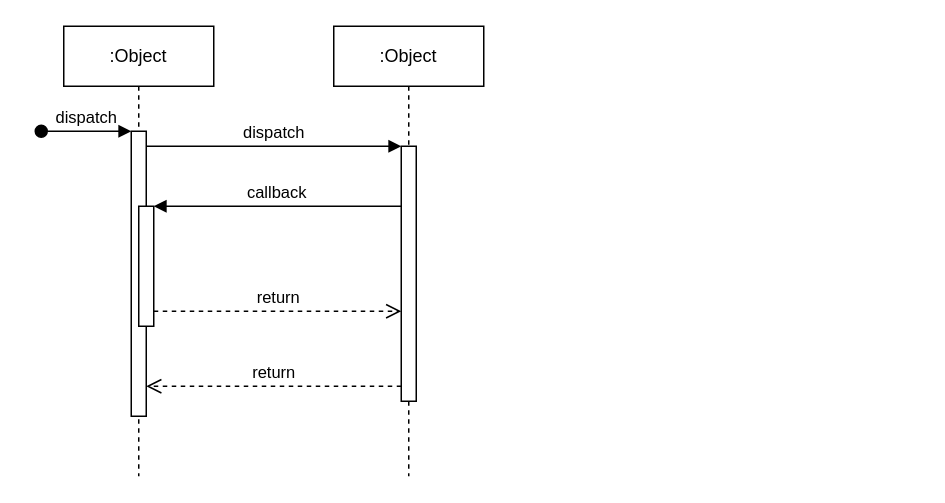
AntTranAnt/CS3354 keeps this draw.io diagram as Study App Sequence Diagram.drawio. Above is the earlier version. Source tidied: cells renumbered, new cells numbered last; positions are measured from the earlier drawing's top-left corner, leaving out a move shared by most shapes. Both pictures are drawn from the tidied source at 150%, with x=0, y=0 at pixel (40, 26).
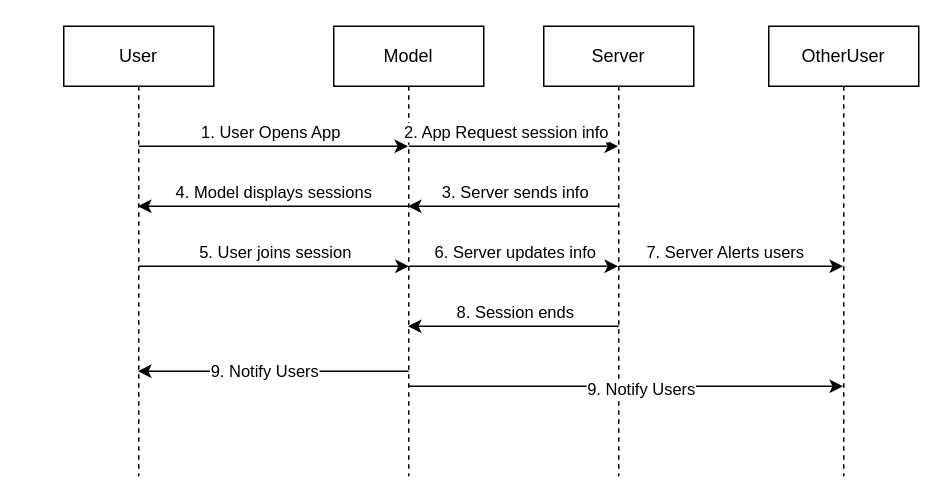
The same diagram, later.

The edit, as a diff of the source:
```diff
@@
-    <mxCell id="2" value=":Object" style="shape=umlLifeline;perimeter=lifelinePerimeter;whiteSpace=wrap;html=1;outlineConnect=0;portConstraint=eastwest;newEdgeStyle={&quot;edgeStyle&quot;:&quot;elbowEdgeStyle&quot;,&quot;elbow&quot;:&quot;vertical&quot;,&quot;curved&quot;:0,&quot;rounded&quot;:0};" parent="1" vertex="1">
+    <mxCell id="2" value="User" style="shape=umlLifeline;perimeter=lifelinePerimeter;whiteSpace=wrap;html=1;outlineConnect=0;portConstraint=eastwest;newEdgeStyle={&quot;edgeStyle&quot;:&quot;elbowEdgeStyle&quot;,&quot;elbow&quot;:&quot;vertical&quot;,&quot;curved&quot;:0,&quot;rounded&quot;:0};" parent="1" vertex="1">
       <mxGeometry x="15" width="100" height="300" as="geometry" />
     </mxCell>
-    <mxCell id="3" style="html=1;points=[];perimeter=orthogonalPerimeter;outlineConnect=0;targetShapes=umlLifeline;portConstraint=eastwest;newEdgeStyle={&quot;edgeStyle&quot;:&quot;elbowEdgeStyle&quot;,&quot;elbow&quot;:&quot;vertical&quot;,&quot;curved&quot;:0,&quot;rounded&quot;:0};" parent="2" vertex="1">
-      <mxGeometry x="45" y="70" width="10" height="190" as="geometry" />
-    </mxCell>
-    <mxCell id="4" value="dispatch" style="html=1;verticalAlign=bottom;startArrow=oval;endArrow=block;startSize=8;edgeStyle=elbowEdgeStyle;elbow=vertical;curved=0;rounded=0;" parent="2" edge="1" target="3">
-      <mxGeometry relative="1" as="geometry">
-        <mxPoint x="-15" y="70" as="sourcePoint" />
-      </mxGeometry>
-    </mxCell>
-    <mxCell id="5" style="html=1;points=[];perimeter=orthogonalPerimeter;outlineConnect=0;targetShapes=umlLifeline;portConstraint=eastwest;newEdgeStyle={&quot;edgeStyle&quot;:&quot;elbowEdgeStyle&quot;,&quot;elbow&quot;:&quot;vertical&quot;,&quot;curved&quot;:0,&quot;rounded&quot;:0};" parent="2" vertex="1">
-      <mxGeometry x="50" y="120" width="10" height="80" as="geometry" />
-    </mxCell>
-    <mxCell id="6" value=":Object" style="shape=umlLifeline;perimeter=lifelinePerimeter;whiteSpace=wrap;html=1;outlineConnect=0;portConstraint=eastwest;newEdgeStyle={&quot;edgeStyle&quot;:&quot;elbowEdgeStyle&quot;,&quot;elbow&quot;:&quot;vertical&quot;,&quot;curved&quot;:0,&quot;rounded&quot;:0};" parent="1" vertex="1">
+    <mxCell id="6" value="Model" style="shape=umlLifeline;perimeter=lifelinePerimeter;whiteSpace=wrap;html=1;outlineConnect=0;portConstraint=eastwest;newEdgeStyle={&quot;edgeStyle&quot;:&quot;elbowEdgeStyle&quot;,&quot;elbow&quot;:&quot;vertical&quot;,&quot;curved&quot;:0,&quot;rounded&quot;:0};" parent="1" vertex="1">
       <mxGeometry x="195" width="100" height="300" as="geometry" />
     </mxCell>
-    <mxCell id="7" style="html=1;points=[];perimeter=orthogonalPerimeter;outlineConnect=0;targetShapes=umlLifeline;portConstraint=eastwest;newEdgeStyle={&quot;edgeStyle&quot;:&quot;elbowEdgeStyle&quot;,&quot;elbow&quot;:&quot;vertical&quot;,&quot;curved&quot;:0,&quot;rounded&quot;:0};" parent="6" vertex="1">
-      <mxGeometry x="45" y="80" width="10" height="170" as="geometry" />
-    </mxCell>
-    <mxCell id="8" value="dispatch" style="html=1;verticalAlign=bottom;endArrow=block;edgeStyle=elbowEdgeStyle;elbow=vertical;curved=0;rounded=0;" parent="1" edge="1" source="3" target="7">
-      <mxGeometry relative="1" as="geometry">
-        <Array as="points">
-          <mxPoint x="155" y="80" />
-        </Array>
-      </mxGeometry>
-    </mxCell>
-    <mxCell id="9" value="return" style="html=1;verticalAlign=bottom;endArrow=open;dashed=1;endSize=8;edgeStyle=elbowEdgeStyle;elbow=vertical;curved=0;rounded=0;" parent="1" edge="1" source="7" target="3">
-      <mxGeometry relative="1" as="geometry">
-        <Array as="points">
-          <mxPoint x="165" y="240" />
-        </Array>
-      </mxGeometry>
-    </mxCell>
-    <mxCell id="10" value="callback" style="html=1;verticalAlign=bottom;endArrow=block;edgeStyle=elbowEdgeStyle;elbow=vertical;curved=0;rounded=0;" parent="1" edge="1" source="7" target="5">
-      <mxGeometry relative="1" as="geometry">
-        <Array as="points">
-          <mxPoint x="165" y="120" />
-        </Array>
-      </mxGeometry>
-    </mxCell>
-    <mxCell id="11" value="return" style="html=1;verticalAlign=bottom;endArrow=open;dashed=1;endSize=8;edgeStyle=elbowEdgeStyle;elbow=vertical;curved=0;rounded=0;" parent="1" edge="1" source="5" target="7">
-      <mxGeometry relative="1" as="geometry">
-        <Array as="points">
-          <mxPoint x="155" y="190" />
-        </Array>
-      </mxGeometry>
-    </mxCell>
+    <mxCell id="12" value="Server" style="shape=umlLifeline;perimeter=lifelinePerimeter;whiteSpace=wrap;html=1;outlineConnect=0;portConstraint=eastwest;newEdgeStyle={&quot;edgeStyle&quot;:&quot;elbowEdgeStyle&quot;,&quot;elbow&quot;:&quot;vertical&quot;,&quot;curved&quot;:0,&quot;rounded&quot;:0};" parent="1" vertex="1">
+      <mxGeometry x="335" width="100" height="300" as="geometry" />
+    </mxCell>
+    <mxCell id="13" style="endArrow=classic;html=1;rounded=0;" parent="1" edge="1" target="6">
+      <mxGeometry relative="1" as="geometry">
+        <mxPoint x="65" y="80" as="sourcePoint" />
+      </mxGeometry>
+    </mxCell>
+    <mxCell id="14" value="1. User Opens App" style="edgeLabel;html=1;align=center;verticalAlign=middle;" parent="13" vertex="1">
+      <mxGeometry x="-0.03" y="2" relative="1" as="geometry">
+        <mxPoint y="-8" as="offset" />
+      </mxGeometry>
+    </mxCell>
+    <mxCell id="15" style="endArrow=classic;html=1;rounded=0;" parent="1" edge="1" target="12">
+      <mxGeometry relative="1" as="geometry">
+        <mxPoint x="245" y="80" as="sourcePoint" />
+      </mxGeometry>
+    </mxCell>
+    <mxCell id="16" value="2. App Request session info" style="edgeLabel;html=1;align=center;verticalAlign=middle;" parent="15" vertex="1">
+      <mxGeometry x="-0.08" y="2" relative="1" as="geometry">
+        <mxPoint y="-8" as="offset" />
+      </mxGeometry>
+    </mxCell>
+    <mxCell id="17" style="endArrow=classic;html=1;rounded=0;" parent="1" edge="1" target="6">
+      <mxGeometry relative="1" as="geometry">
+        <mxPoint x="385" y="120" as="sourcePoint" />
+      </mxGeometry>
+    </mxCell>
+    <mxCell id="18" value="3. Server sends info" style="edgeLabel;html=1;align=center;verticalAlign=middle;" parent="17" vertex="1">
+      <mxGeometry x="0.13" y="1" relative="1" as="geometry">
+        <mxPoint x="9" y="-11" as="offset" />
+      </mxGeometry>
+    </mxCell>
+    <mxCell id="19" style="endArrow=classic;html=1;rounded=0;" parent="1" edge="1" target="2">
+      <mxGeometry relative="1" as="geometry">
+        <mxPoint x="245" y="120" as="sourcePoint" />
+      </mxGeometry>
+    </mxCell>
+    <mxCell id="20" value="4. Model displays sessions" style="edgeLabel;html=1;align=center;verticalAlign=middle;" parent="19" vertex="1">
+      <mxGeometry x="0.37" y="1" relative="1" as="geometry">
+        <mxPoint x="33" y="-11" as="offset" />
+      </mxGeometry>
+    </mxCell>
+    <mxCell id="21" style="endArrow=classic;html=1;rounded=0;" parent="1" edge="1">
+      <mxGeometry relative="1" as="geometry">
+        <mxPoint x="65" y="160" as="sourcePoint" />
+        <mxPoint x="245" y="160" as="targetPoint" />
+      </mxGeometry>
+    </mxCell>
+    <mxCell id="22" value="5. User joins session" style="edgeLabel;html=1;align=center;verticalAlign=middle;" parent="21" vertex="1">
+      <mxGeometry x="-0.1" y="-1" relative="1" as="geometry">
+        <mxPoint x="9" y="-11" as="offset" />
+      </mxGeometry>
+    </mxCell>
+    <mxCell id="23" style="endArrow=classic;html=1;rounded=0;" parent="1" edge="1" target="12">
+      <mxGeometry relative="1" as="geometry">
+        <mxPoint x="245" y="160" as="sourcePoint" />
+      </mxGeometry>
+    </mxCell>
+    <mxCell id="24" value="6. Server updates info" style="edgeLabel;html=1;align=center;verticalAlign=middle;" parent="23" vertex="1">
+      <mxGeometry x="-0.14" y="1" relative="1" as="geometry">
+        <mxPoint x="10" y="-9" as="offset" />
+      </mxGeometry>
+    </mxCell>
+    <mxCell id="25" value="OtherUser" style="shape=umlLifeline;perimeter=lifelinePerimeter;whiteSpace=wrap;html=1;outlineConnect=0;portConstraint=eastwest;newEdgeStyle={&quot;edgeStyle&quot;:&quot;elbowEdgeStyle&quot;,&quot;elbow&quot;:&quot;vertical&quot;,&quot;curved&quot;:0,&quot;rounded&quot;:0};" parent="1" vertex="1">
+      <mxGeometry x="485" width="100" height="300" as="geometry" />
+    </mxCell>
+    <mxCell id="26" style="endArrow=classic;html=1;rounded=0;" parent="1" edge="1" target="25">
+      <mxGeometry relative="1" as="geometry">
+        <mxPoint x="385" y="160" as="sourcePoint" />
+      </mxGeometry>
+    </mxCell>
+    <mxCell id="27" value="7. Server Alerts users" style="edgeLabel;html=1;align=center;verticalAlign=middle;" parent="26" vertex="1">
+      <mxGeometry x="-0.12" relative="1" as="geometry">
+        <mxPoint x="4" y="-10" as="offset" />
+      </mxGeometry>
+    </mxCell>
+    <mxCell id="28" style="endArrow=classic;html=1;rounded=0;" parent="1" edge="1" target="6">
+      <mxGeometry relative="1" as="geometry">
+        <mxPoint x="385" y="200" as="sourcePoint" />
+      </mxGeometry>
+    </mxCell>
+    <mxCell id="29" value="8. Session ends" style="edgeLabel;html=1;align=center;verticalAlign=middle;" parent="28" vertex="1">
+      <mxGeometry x="0.17" y="-2" relative="1" as="geometry">
+        <mxPoint x="12" y="-8" as="offset" />
+      </mxGeometry>
+    </mxCell>
+    <mxCell id="30" style="endArrow=classic;html=1;rounded=0;" parent="1" edge="1" target="2">
+      <mxGeometry relative="1" as="geometry">
+        <mxPoint x="245" y="230" as="sourcePoint" />
+      </mxGeometry>
+    </mxCell>
+    <mxCell id="31" value="9. Notify Users" style="edgeLabel;html=1;align=center;verticalAlign=middle;" parent="30" vertex="1">
+      <mxGeometry x="0.07" y="-1" relative="1" as="geometry" />
+    </mxCell>
+    <mxCell id="32" style="endArrow=classic;html=1;rounded=0;" parent="1" edge="1">
+      <mxGeometry relative="1" as="geometry">
+        <mxPoint x="244.9" y="240" as="sourcePoint" />
+        <mxPoint x="534.5" y="240" as="targetPoint" />
+      </mxGeometry>
+    </mxCell>
+    <mxCell id="33" value="9. Notify Users" style="edgeLabel;html=1;align=center;verticalAlign=middle;" parent="32" vertex="1">
+      <mxGeometry x="0.07" y="-1" relative="1" as="geometry" />
+    </mxCell>
```
